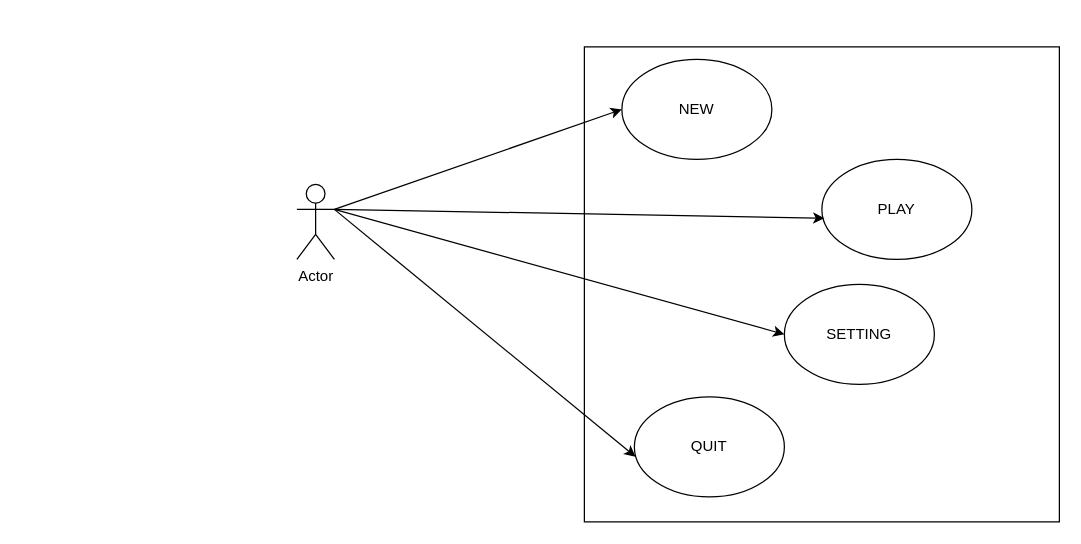
Before: uscase.drawio in tinsh00/DoAn, a draw.io diagram. Source tidied: cells renumbered, new cells numbered last; positions are measured from the earlier drawing's top-left corner, leaving out a move shared by most shapes. Both pictures are drawn from the tidied source at 125%, with x=0, y=0 at pixel (296, 46).
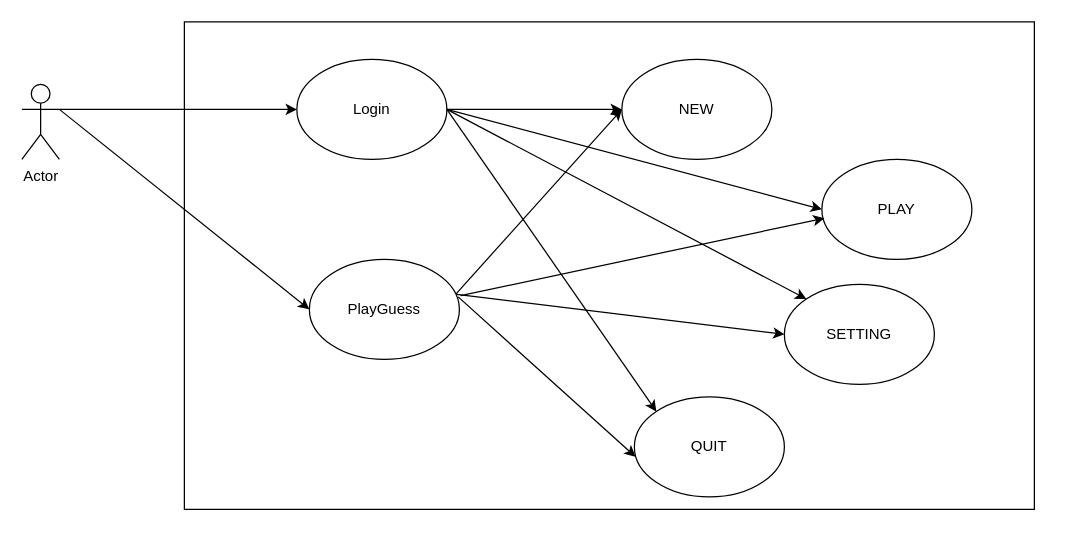
The same page after the edit.

Unchanged cells that the change refers to:
```xml
<mxCell id="4" value="NEW" style="ellipse;whiteSpace=wrap;html=1;" parent="1" vertex="1">
  <mxGeometry x="260" y="10" width="120" height="80" as="geometry" />
</mxCell>
<mxCell id="5" value="PLAY" style="ellipse;whiteSpace=wrap;html=1;" parent="1" vertex="1">
  <mxGeometry x="420" y="90" width="120" height="80" as="geometry" />
</mxCell>
<mxCell id="6" value="SETTING" style="ellipse;whiteSpace=wrap;html=1;" parent="1" vertex="1">
  <mxGeometry x="390" y="190" width="120" height="80" as="geometry" />
</mxCell>
<mxCell id="7" value="QUIT" style="ellipse;whiteSpace=wrap;html=1;" parent="1" vertex="1">
  <mxGeometry x="270" y="280" width="120" height="80" as="geometry" />
</mxCell>
```

The edit, as a diff of the source:
```diff
@@
-    <mxCell id="2" style="whiteSpace=wrap;html=1;" parent="1" vertex="1">
-      <mxGeometry x="230" width="380" height="380" as="geometry" />
-    </mxCell>
+    <mxCell id="12" style="rounded=0;whiteSpace=wrap;html=1;" parent="1" vertex="1">
+      <mxGeometry x="-90" y="-20" width="680" height="390" as="geometry" />
+    </mxCell>
     <mxCell id="3" value="Actor" style="shape=umlActor;verticalLabelPosition=bottom;verticalAlign=top;html=1;outlineConnect=0;" parent="1" vertex="1">
-      <mxGeometry y="110" width="30" height="60" as="geometry" />
+      <mxGeometry x="-220" y="30" width="30" height="60" as="geometry" />
     </mxCell>
@@
-    <mxCell id="8" style="endArrow=classic;html=1;rounded=0;exitX=1;exitY=0.3333333333333333;exitDx=0;exitDy=0;exitPerimeter=0;entryX=0;entryY=0.5;entryDx=0;entryDy=0;" parent="1" edge="1" source="3" target="4">
+    <mxCell id="8" style="endArrow=classic;html=1;rounded=0;entryX=0;entryY=0.5;entryDx=0;entryDy=0;exitX=0.975;exitY=0.35;exitDx=0;exitDy=0;exitPerimeter=0;" parent="1" edge="1" source="14" target="4">
       <mxGeometry relative="1" as="geometry" />
     </mxCell>
-    <mxCell id="9" style="endArrow=classic;html=1;rounded=0;entryX=0.017;entryY=0.588;entryDx=0;entryDy=0;entryPerimeter=0;" parent="1" edge="1" target="5">
-      <mxGeometry relative="1" as="geometry">
-        <mxPoint x="30" y="130" as="sourcePoint" />
-      </mxGeometry>
+    <mxCell id="9" style="endArrow=classic;html=1;rounded=0;entryX=0.017;entryY=0.588;entryDx=0;entryDy=0;entryPerimeter=0;exitX=1.008;exitY=0.363;exitDx=0;exitDy=0;exitPerimeter=0;" parent="1" edge="1" source="14" target="5">
+      <mxGeometry relative="1" as="geometry" />
     </mxCell>
-    <mxCell id="10" style="endArrow=classic;html=1;rounded=0;entryX=0;entryY=0.5;entryDx=0;entryDy=0;exitX=1;exitY=0.3333333333333333;exitDx=0;exitDy=0;exitPerimeter=0;" parent="1" edge="1" source="3" target="6">
+    <mxCell id="10" style="endArrow=classic;html=1;rounded=0;entryX=0;entryY=0.5;entryDx=0;entryDy=0;exitX=0.983;exitY=0.35;exitDx=0;exitDy=0;exitPerimeter=0;" parent="1" edge="1" source="14" target="6">
       <mxGeometry relative="1" as="geometry" />
     </mxCell>
-    <mxCell id="11" style="endArrow=classic;html=1;rounded=0;exitX=1;exitY=0.3333333333333333;exitDx=0;exitDy=0;exitPerimeter=0;entryX=0.008;entryY=0.6;entryDx=0;entryDy=0;entryPerimeter=0;" parent="1" edge="1" source="3" target="7">
+    <mxCell id="11" style="endArrow=classic;html=1;rounded=0;entryX=0.008;entryY=0.6;entryDx=0;entryDy=0;entryPerimeter=0;exitX=0.992;exitY=0.375;exitDx=0;exitDy=0;exitPerimeter=0;" parent="1" edge="1" source="14" target="7">
       <mxGeometry relative="1" as="geometry" />
     </mxCell>
+    <mxCell id="13" value="Login" style="ellipse;whiteSpace=wrap;html=1;" parent="1" vertex="1">
+      <mxGeometry y="10" width="120" height="80" as="geometry" />
+    </mxCell>
+    <mxCell id="14" value="PlayGuess" style="ellipse;whiteSpace=wrap;html=1;" parent="1" vertex="1">
+      <mxGeometry x="10" y="170" width="120" height="80" as="geometry" />
+    </mxCell>
+    <mxCell id="15" style="endArrow=classic;html=1;rounded=0;exitX=1;exitY=0.3333333333333333;exitDx=0;exitDy=0;exitPerimeter=0;entryX=0;entryY=0.5;entryDx=0;entryDy=0;" parent="1" edge="1" source="3" target="14">
+      <mxGeometry relative="1" as="geometry" />
+    </mxCell>
+    <mxCell id="16" style="endArrow=classic;html=1;rounded=0;entryX=0;entryY=0.5;entryDx=0;entryDy=0;exitX=1;exitY=0.3333333333333333;exitDx=0;exitDy=0;exitPerimeter=0;" parent="1" edge="1" source="3" target="13">
+      <mxGeometry relative="1" as="geometry" />
+    </mxCell>
+    <mxCell id="17" style="endArrow=classic;html=1;rounded=0;entryX=0;entryY=0.5;entryDx=0;entryDy=0;exitX=1;exitY=0.5;exitDx=0;exitDy=0;" parent="1" edge="1" source="13" target="4">
+      <mxGeometry relative="1" as="geometry" />
+    </mxCell>
+    <mxCell id="18" style="endArrow=classic;html=1;rounded=0;entryX=0;entryY=0.5;entryDx=0;entryDy=0;exitX=1;exitY=0.5;exitDx=0;exitDy=0;" parent="1" edge="1" source="13" target="5">
+      <mxGeometry relative="1" as="geometry" />
+    </mxCell>
+    <mxCell id="19" style="endArrow=classic;html=1;rounded=0;entryX=0;entryY=0;entryDx=0;entryDy=0;exitX=1;exitY=0.5;exitDx=0;exitDy=0;" parent="1" edge="1" source="13" target="6">
+      <mxGeometry relative="1" as="geometry" />
+    </mxCell>
+    <mxCell id="20" style="endArrow=classic;html=1;rounded=0;entryX=0;entryY=0;entryDx=0;entryDy=0;" parent="1" edge="1" target="7">
+      <mxGeometry relative="1" as="geometry">
+        <mxPoint x="120" y="50" as="sourcePoint" />
+      </mxGeometry>
+    </mxCell>
```
